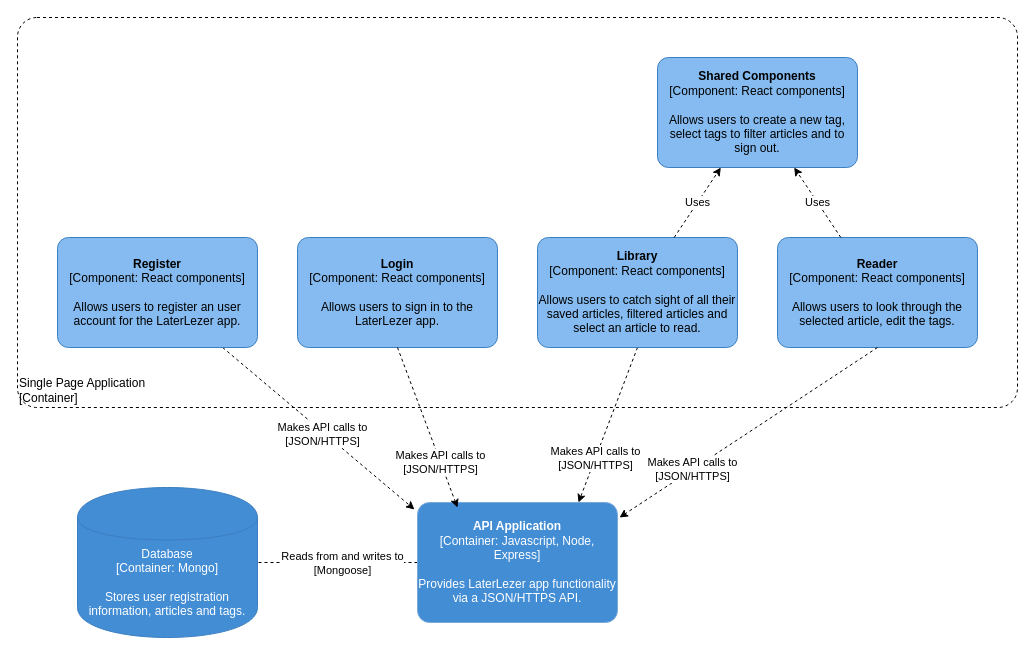
Patrickroelofs/HANICA-DWA-Laterlezer keeps this draw.io diagram as page "component-diagram-lezerapp" (5 of 7) of documents/c4model.drawio. Above is the earlier version. Source tidied: cells renumbered, new cells numbered last; positions are measured from the earlier drawing's top-left corner, leaving out a move shared by most shapes. Both pictures are drawn from the tidied source at 100%, with x=0, y=0 at pixel (17, 17).
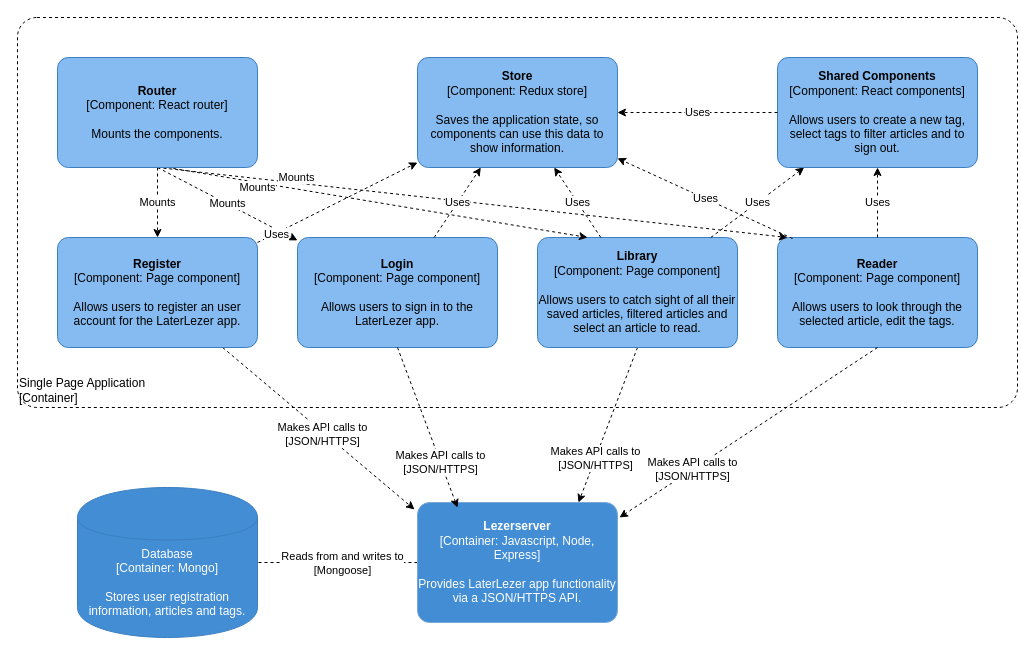
The same page after the edit.

Change to the diagram source:
```diff
@@
-    <object id="6" label="&lt;b&gt;%c4Name%&lt;/b&gt;&lt;div&gt;[%c4Type%: %c4Technology%]&lt;/div&gt;&lt;br&gt;&lt;div&gt;%c4Description%&lt;/div&gt;" c4Description="Allows users to register an user account for the LaterLezer app." c4Name="Register" c4Technology="React components" c4Type="Component" placeholders="1">
+    <object id="6" label="&lt;b&gt;%c4Name%&lt;/b&gt;&lt;div&gt;[%c4Type%: %c4Technology%]&lt;/div&gt;&lt;br&gt;&lt;div&gt;%c4Description%&lt;/div&gt;" c4Description="Allows users to register an user account for the LaterLezer app." c4Name="Register" c4Technology="Page component" c4Type="Component" placeholders="1">
       <mxCell style="rounded=1;whiteSpace=wrap;html=1;labelBackgroundColor=none;align=center;arcSize=10;strokeColor=#3C7FC0;metaData={&quot;c4Type&quot;:{&quot;editable&quot;:false}};points=[[0.25,0,0],[0.5,0,0],[0.75,0,0],[1,0.25,0],[1,0.5,0],[1,0.75,0],[0.75,1,0],[0.5,1,0],[0.25,1,0],[0,0.75,0],[0,0.5,0],[0,0.25,0]];fillColor=#85BBF0;" parent="1" vertex="1">
         <mxGeometry x="40" y="220" width="200" height="110" as="geometry" />
       </mxCell>
     </object>
@@
-    <object id="9" label="&lt;b&gt;%c4Name%&lt;/b&gt;&lt;div&gt;[%c4Type%: %c4Technology%]&lt;/div&gt;&lt;br&gt;&lt;div&gt;%c4Description%&lt;/div&gt;" c4Description="Allows users to catch sight of all their saved articles, filtered articles and select an article to read." c4Name="Library" c4Technology="React components" c4Type="Component" placeholders="1">
+    <object id="9" label="&lt;b&gt;%c4Name%&lt;/b&gt;&lt;div&gt;[%c4Type%: %c4Technology%]&lt;/div&gt;&lt;br&gt;&lt;div&gt;%c4Description%&lt;/div&gt;" c4Description="Allows users to catch sight of all their saved articles, filtered articles and select an article to read." c4Name="Library" c4Technology="Page component" c4Type="Component" placeholders="1">
       <mxCell style="rounded=1;whiteSpace=wrap;html=1;labelBackgroundColor=none;align=center;arcSize=10;strokeColor=#3C7FC0;metaData={&quot;c4Type&quot;:{&quot;editable&quot;:false}};points=[[0.25,0,0],[0.5,0,0],[0.75,0,0],[1,0.25,0],[1,0.5,0],[1,0.75,0],[0.75,1,0],[0.5,1,0],[0.25,1,0],[0,0.75,0],[0,0.5,0],[0,0.25,0]];fillColor=#85BBF0;" parent="1" vertex="1">
         <mxGeometry x="520" y="220" width="200" height="110" as="geometry" />
       </mxCell>
     </object>
-    <object id="10" label="&lt;b&gt;%c4Name%&lt;/b&gt;&lt;div&gt;[%c4Type%: %c4Technology%]&lt;/div&gt;&lt;br&gt;&lt;div&gt;%c4Description%&lt;/div&gt;" c4Description="Provides LaterLezer app functionality via a JSON/HTTPS API." c4Name="API Application" c4Technology="Javascript, Node, Express" c4Type="Container" placeholders="1">
+    <object id="10" label="&lt;b&gt;%c4Name%&lt;/b&gt;&lt;div&gt;[%c4Type%: %c4Technology%]&lt;/div&gt;&lt;br&gt;&lt;div&gt;%c4Description%&lt;/div&gt;" c4Description="Provides LaterLezer app functionality via a JSON/HTTPS API." c4Name="Lezerserver" c4Technology="Javascript, Node, Express" c4Type="Container" placeholders="1">
       <mxCell style="rounded=1;whiteSpace=wrap;html=1;labelBackgroundColor=none;fontColor=#ffffff;align=center;arcSize=10;strokeColor=#78A8D8;metaData={&quot;c4Type&quot;:{&quot;editable&quot;:false}};points=[[0.25,0,0],[0.5,0,0],[0.75,0,0],[1,0.25,0],[1,0.5,0],[1,0.75,0],[0.75,1,0],[0.5,1,0],[0.25,1,0],[0,0.75,0],[0,0.5,0],[0,0.25,0]];fillColor=#438DD5;" parent="1" vertex="1">
         <mxGeometry x="400" y="485" width="200" height="120" as="geometry" />
       </mxCell>
     </object>
-    <object id="11" label="&lt;b&gt;%c4Name%&lt;/b&gt;&lt;div&gt;[%c4Type%: %c4Technology%]&lt;/div&gt;&lt;br&gt;&lt;div&gt;%c4Description%&lt;/div&gt;" c4Description="Allows users to sign in to the LaterLezer app." c4Name="Login" c4Technology="React components" c4Type="Component" placeholders="1">
+    <object id="11" label="&lt;b&gt;%c4Name%&lt;/b&gt;&lt;div&gt;[%c4Type%: %c4Technology%]&lt;/div&gt;&lt;br&gt;&lt;div&gt;%c4Description%&lt;/div&gt;" c4Description="Allows users to sign in to the LaterLezer app." c4Name="Login" c4Technology="Page component" c4Type="Component" placeholders="1">
       <mxCell style="rounded=1;whiteSpace=wrap;html=1;labelBackgroundColor=none;align=center;arcSize=10;strokeColor=#3C7FC0;metaData={&quot;c4Type&quot;:{&quot;editable&quot;:false}};points=[[0.25,0,0],[0.5,0,0],[0.75,0,0],[1,0.25,0],[1,0.5,0],[1,0.75,0],[0.75,1,0],[0.5,1,0],[0.25,1,0],[0,0.75,0],[0,0.5,0],[0,0.25,0]];fillColor=#85BBF0;" parent="1" vertex="1">
         <mxGeometry x="280" y="220" width="200" height="110" as="geometry" />
       </mxCell>
     </object>
@@
-    <object id="13" label="&lt;b&gt;%c4Name%&lt;/b&gt;&lt;div&gt;[%c4Type%: %c4Technology%]&lt;/div&gt;&lt;br&gt;&lt;div&gt;%c4Description%&lt;/div&gt;" c4Description="Allows users to look through the selected article, edit the tags." c4Name="Reader" c4Technology="React components" c4Type="Component" placeholders="1">
+    <object id="13" label="&lt;b&gt;%c4Name%&lt;/b&gt;&lt;div&gt;[%c4Type%: %c4Technology%]&lt;/div&gt;&lt;br&gt;&lt;div&gt;%c4Description%&lt;/div&gt;" c4Description="Allows users to look through the selected article, edit the tags." c4Name="Reader" c4Technology="Page component" c4Type="Component" placeholders="1">
       <mxCell style="rounded=1;whiteSpace=wrap;html=1;labelBackgroundColor=none;align=center;arcSize=10;strokeColor=#3C7FC0;metaData={&quot;c4Type&quot;:{&quot;editable&quot;:false}};points=[[0.25,0,0],[0.5,0,0],[0.75,0,0],[1,0.25,0],[1,0.5,0],[1,0.75,0],[0.75,1,0],[0.5,1,0],[0.25,1,0],[0,0.75,0],[0,0.5,0],[0,0.25,0]];fillColor=#85BBF0;" parent="1" vertex="1">
         <mxGeometry x="760" y="220" width="200" height="110" as="geometry" />
       </mxCell>
     </object>
@@
     <object id="18" label="&lt;b&gt;%c4Name%&lt;/b&gt;&lt;div&gt;[%c4Type%: %c4Technology%]&lt;/div&gt;&lt;br&gt;&lt;div&gt;%c4Description%&lt;/div&gt;" c4Description="Allows users to create a new tag, select tags to filter articles and to sign out." c4Name="Shared Components" c4Technology="React components" c4Type="Component" placeholders="1">
       <mxCell style="rounded=1;whiteSpace=wrap;html=1;labelBackgroundColor=none;align=center;arcSize=10;strokeColor=#3C7FC0;metaData={&quot;c4Type&quot;:{&quot;editable&quot;:false}};points=[[0.25,0,0],[0.5,0,0],[0.75,0,0],[1,0.25,0],[1,0.5,0],[1,0.75,0],[0.75,1,0],[0.5,1,0],[0.25,1,0],[0,0.75,0],[0,0.5,0],[0,0.25,0]];fillColor=#85BBF0;" parent="1" vertex="1">
-        <mxGeometry x="640" y="40" width="200" height="110" as="geometry" />
+        <mxGeometry x="760" y="40" width="200" height="110" as="geometry" />
       </mxCell>
     </object>
+    <mxCell id="19" value="Mounts" style="edgeStyle=none;rounded=0;jettySize=auto;html=1;dashed=1;" parent="1" edge="1" source="23" target="6">
+      <mxGeometry relative="1" as="geometry" />
+    </mxCell>
+    <mxCell id="20" value="Mounts" style="edgeStyle=none;rounded=0;jettySize=auto;html=1;dashed=1;exitX=0.5;exitY=1;exitDx=0;exitDy=0;exitPerimeter=0;" parent="1" edge="1" source="23" target="11">
+      <mxGeometry relative="1" as="geometry" />
+    </mxCell>
+    <mxCell id="21" value="Mounts" style="edgeStyle=none;rounded=0;jettySize=auto;html=1;entryX=0.25;entryY=0;entryDx=0;entryDy=0;entryPerimeter=0;dashed=1;" parent="1" edge="1" target="9">
+      <mxGeometry x="-0.57" y="-5" relative="1" as="geometry">
+        <mxPoint x="150" y="150" as="sourcePoint" />
+      </mxGeometry>
+    </mxCell>
+    <mxCell id="22" value="Mounts" style="edgeStyle=none;rounded=0;jettySize=auto;html=1;dashed=1;entryX=0.05;entryY=0;entryDx=0;entryDy=0;entryPerimeter=0;exitX=0.5;exitY=1;exitDx=0;exitDy=0;exitPerimeter=0;" parent="1" edge="1" source="23" target="13">
+      <mxGeometry x="-0.56" y="6" relative="1" as="geometry">
+        <mxPoint y="1" as="offset" />
+      </mxGeometry>
+    </mxCell>
+    <object id="23" label="&lt;b&gt;%c4Name%&lt;/b&gt;&lt;div&gt;[%c4Type%: %c4Technology%]&lt;/div&gt;&lt;br&gt;&lt;div&gt;%c4Description%&lt;/div&gt;" c4Description="Mounts the components." c4Name="Router" c4Technology="React router" c4Type="Component" placeholders="1">
+      <mxCell style="rounded=1;whiteSpace=wrap;html=1;labelBackgroundColor=none;align=center;arcSize=10;strokeColor=#3C7FC0;metaData={&quot;c4Type&quot;:{&quot;editable&quot;:false}};points=[[0.25,0,0],[0.5,0,0],[0.75,0,0],[1,0.25,0],[1,0.5,0],[1,0.75,0],[0.75,1,0],[0.5,1,0],[0.25,1,0],[0,0.75,0],[0,0.5,0],[0,0.25,0]];fillColor=#85BBF0;" parent="1" vertex="1">
+        <mxGeometry x="40" y="40" width="200" height="110" as="geometry" />
+      </mxCell>
+    </object>
+    <mxCell id="24" style="edgeStyle=none;rounded=0;jettySize=auto;html=1;dashed=1;" parent="1" edge="1" source="6" target="30">
+      <mxGeometry relative="1" as="geometry" />
+    </mxCell>
+    <mxCell id="25" value="Uses" style="edgeLabel;html=1;align=center;verticalAlign=middle;" parent="24" vertex="1">
+      <mxGeometry x="-0.76" relative="1" as="geometry">
+        <mxPoint y="1" as="offset" />
+      </mxGeometry>
+    </mxCell>
+    <mxCell id="26" value="Uses" style="edgeStyle=none;rounded=0;jettySize=auto;html=1;dashed=1;" parent="1" edge="1" source="11" target="30">
+      <mxGeometry relative="1" as="geometry" />
+    </mxCell>
+    <mxCell id="27" value="Uses" style="edgeStyle=none;rounded=0;jettySize=auto;html=1;dashed=1;" parent="1" edge="1" source="9" target="30">
+      <mxGeometry relative="1" as="geometry" />
+    </mxCell>
+    <mxCell id="28" value="Uses" style="edgeStyle=none;rounded=0;jettySize=auto;html=1;dashed=1;exitX=0.075;exitY=0.009;exitDx=0;exitDy=0;exitPerimeter=0;" parent="1" edge="1" source="13" target="30">
+      <mxGeometry relative="1" as="geometry" />
+    </mxCell>
+    <mxCell id="29" value="Uses" style="edgeStyle=none;rounded=0;jettySize=auto;html=1;dashed=1;exitX=0;exitY=0.5;exitDx=0;exitDy=0;exitPerimeter=0;" parent="1" edge="1" source="18" target="30">
+      <mxGeometry relative="1" as="geometry" />
+    </mxCell>
+    <object id="30" label="&lt;b&gt;%c4Name%&lt;/b&gt;&lt;div&gt;[%c4Type%: %c4Technology%]&lt;/div&gt;&lt;br&gt;&lt;div&gt;%c4Description%&lt;/div&gt;" c4Description="Saves the application state, so components can use this data to show information." c4Name="Store" c4Technology="Redux store" c4Type="Component" placeholders="1">
+      <mxCell style="rounded=1;whiteSpace=wrap;html=1;labelBackgroundColor=none;align=center;arcSize=10;strokeColor=#3C7FC0;metaData={&quot;c4Type&quot;:{&quot;editable&quot;:false}};points=[[0.25,0,0],[0.5,0,0],[0.75,0,0],[1,0.25,0],[1,0.5,0],[1,0.75,0],[0.75,1,0],[0.5,1,0],[0.25,1,0],[0,0.75,0],[0,0.5,0],[0,0.25,0]];fillColor=#85BBF0;" parent="1" vertex="1">
+        <mxGeometry x="400" y="40" width="200" height="110" as="geometry" />
+      </mxCell>
+    </object>
```
